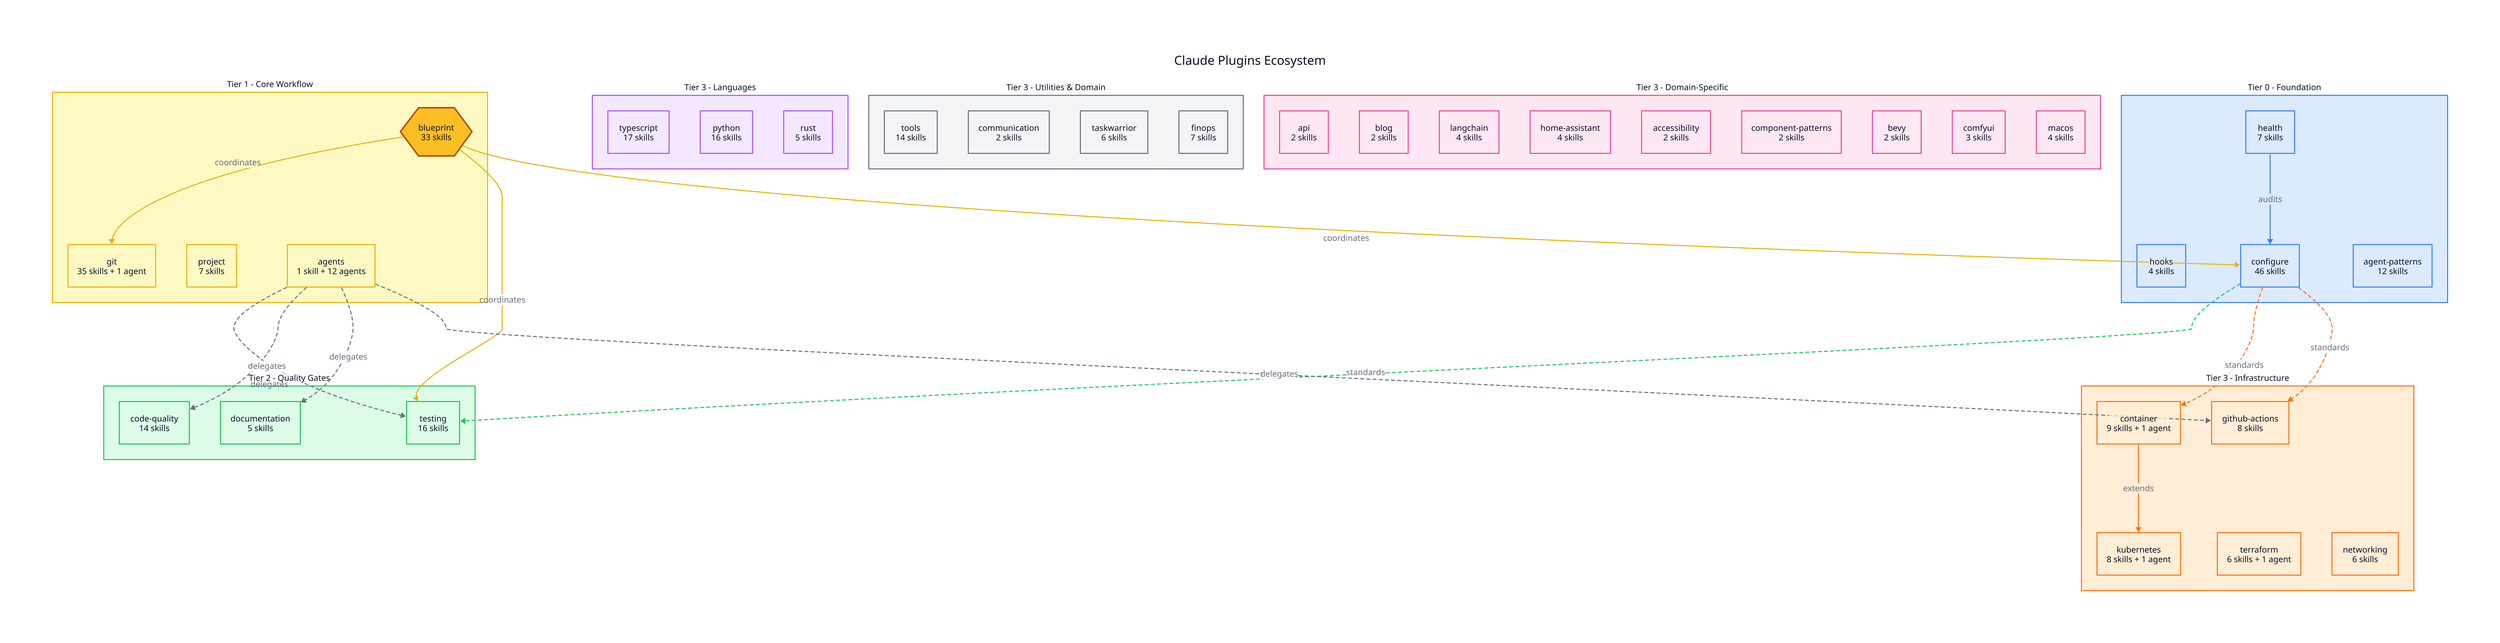
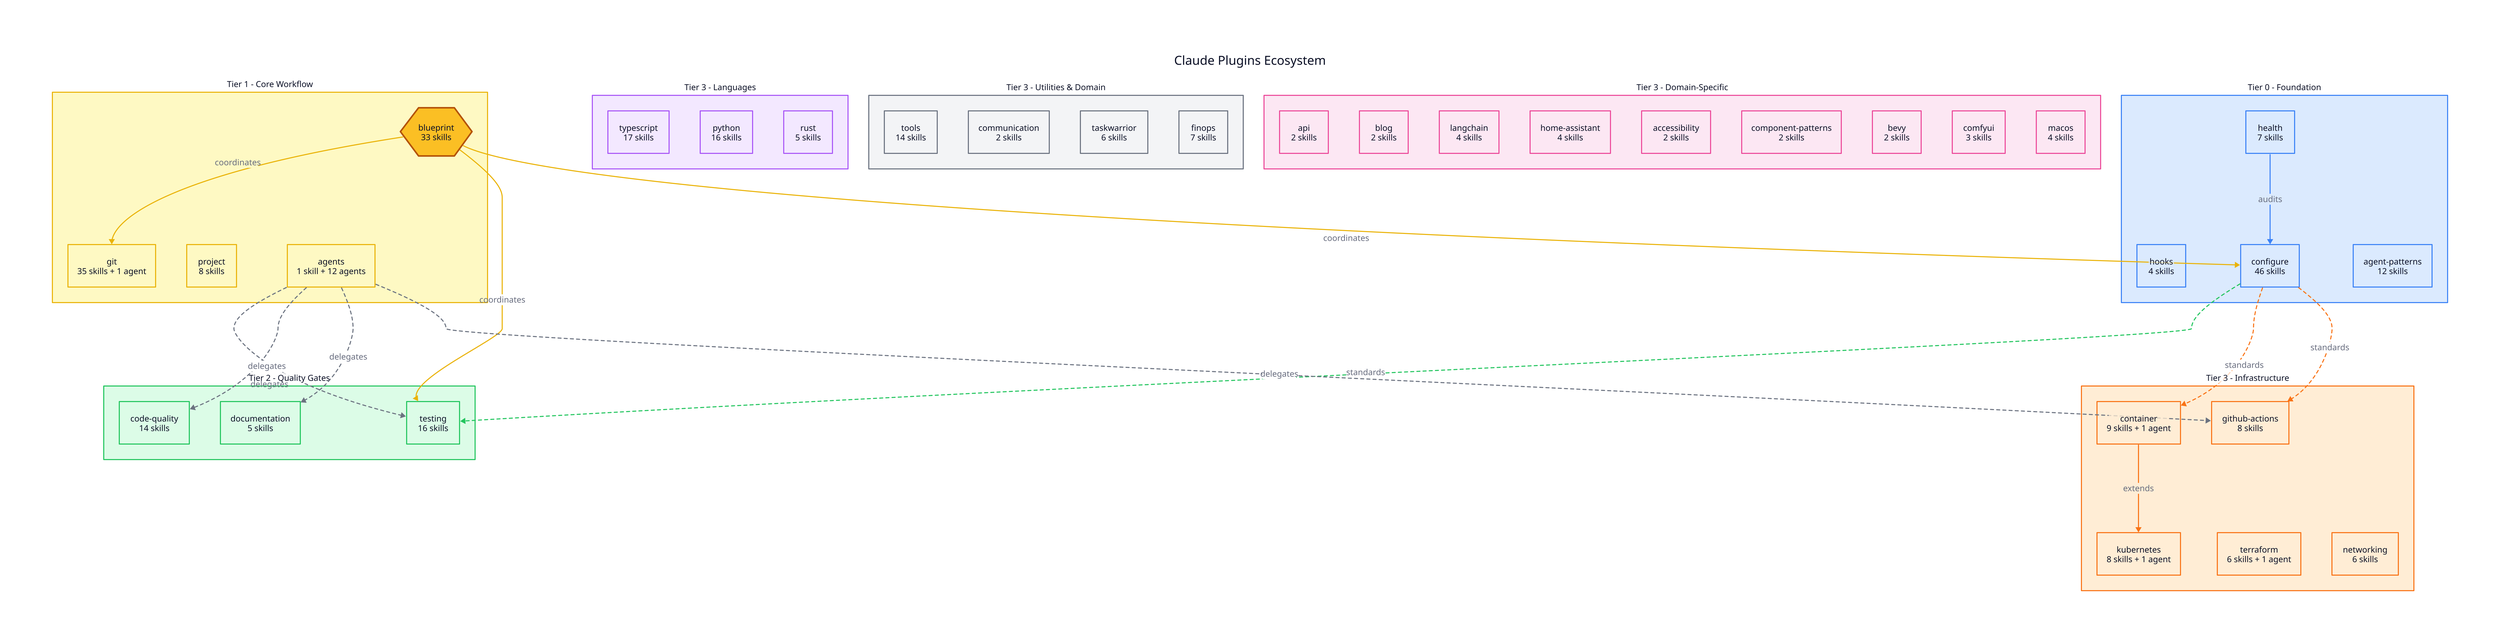
direction: down

title: "Claude Plugins Ecosystem" {
  near: top-center
  shape: text
  style: {
    font-size: 24
    bold: true
  }
}

# === CLASSES ===
classes: {
  foundation: {
    style.fill: "#dbeafe"
    style.stroke: "#3b82f6"
  }
  core: {
    style.fill: "#fef9c3"
    style.stroke: "#eab308"
  }
  quality: {
    style.fill: "#dcfce7"
    style.stroke: "#22c55e"
  }
  language: {
    style.fill: "#f3e8ff"
    style.stroke: "#a855f7"
  }
  infra: {
    style.fill: "#ffedd5"
    style.stroke: "#f97316"
  }
  utility: {
    style.fill: "#f3f4f6"
    style.stroke: "#6b7280"
  }
  domain: {
    style.fill: "#fce7f3"
    style.stroke: "#ec4899"
  }
}

# === TIER 0: FOUNDATION ===
foundation: {
  label: "Tier 0 - Foundation"
  class: foundation
  style.font-size: 16
  style.bold: true

  health: {
    label: "health\n7 skills"
    shape: rectangle
    class: foundation
  }
  hooks: {
    label: "hooks\n4 skills"
    shape: rectangle
    class: foundation
  }
  configure: {
    label: "configure\n46 skills"
    shape: rectangle
    class: foundation
  }
  agent-patterns: {
    label: "agent-patterns\n12 skills"
    shape: rectangle
    class: foundation
  }
}

# === TIER 1: CORE WORKFLOW ===
core: {
  label: "Tier 1 - Core Workflow"
  class: core
  style.font-size: 16
  style.bold: true

  blueprint: {
    label: "blueprint\n33 skills"
    shape: hexagon
    style.fill: "#fbbf24"
    style.stroke: "#b45309"
    style.stroke-width: 3
  }
  git: {
    label: "git\n35 skills + 1 agent"
    shape: rectangle
    class: core
  }
  project: {
-     label: "project\n7 skills"
+     label: "project\n8 skills"
    shape: rectangle
    class: core
  }
  agents: {
    label: "agents\n1 skill + 12 agents"
    shape: rectangle
    class: core
  }
}

# === TIER 2: QUALITY GATES ===
quality: {
  label: "Tier 2 - Quality Gates"
  class: quality
  style.font-size: 16
  style.bold: true

  testing: {
    label: "testing\n16 skills"
    shape: rectangle
    class: quality
  }
  code-quality: {
    label: "code-quality\n14 skills"
    shape: rectangle
    class: quality
  }
  documentation: {
    label: "documentation\n5 skills"
    shape: rectangle
    class: quality
  }
}

# === TIER 3: LANGUAGE ===
language: {
  label: "Tier 3 - Languages"
  class: language
  style.font-size: 16
  style.bold: true

  typescript: {
    label: "typescript\n17 skills"
    shape: rectangle
    class: language
  }
  python: {
    label: "python\n16 skills"
    shape: rectangle
    class: language
  }
  rust: {
    label: "rust\n5 skills"
    shape: rectangle
    class: language
  }
}

# === TIER 3: INFRASTRUCTURE ===
infra: {
  label: "Tier 3 - Infrastructure"
  class: infra
  style.font-size: 16
  style.bold: true

  container: {
    label: "container\n9 skills + 1 agent"
    shape: rectangle
    class: infra
  }
  kubernetes: {
    label: "kubernetes\n8 skills + 1 agent"
    shape: rectangle
    class: infra
  }
  terraform: {
    label: "terraform\n6 skills + 1 agent"
    shape: rectangle
    class: infra
  }
  github-actions: {
    label: "github-actions\n8 skills"
    shape: rectangle
    class: infra
  }
  networking: {
    label: "networking\n6 skills"
    shape: rectangle
    class: infra
  }
}

# === TIER 3: UTILITIES & DOMAIN ===
utilities: {
  label: "Tier 3 - Utilities & Domain"
  class: utility
  style.font-size: 16
  style.bold: true

  tools: {
    label: "tools\n14 skills"
    shape: rectangle
    class: utility
  }
  communication: {
    label: "communication\n2 skills"
    shape: rectangle
    class: utility
  }
  taskwarrior: {
    label: "taskwarrior\n6 skills"
    shape: rectangle
    class: utility
  }
  finops: {
    label: "finops\n7 skills"
    shape: rectangle
    class: utility
  }
}

domain: {
  label: "Tier 3 - Domain-Specific"
  class: domain
  style.font-size: 16
  style.bold: true

  api: {
    label: "api\n2 skills"
    shape: rectangle
    class: domain
  }
  blog: {
    label: "blog\n2 skills"
    shape: rectangle
    class: domain
  }
  langchain: {
    label: "langchain\n4 skills"
    shape: rectangle
    class: domain
  }
  home-assistant: {
    label: "home-assistant\n4 skills"
    shape: rectangle
    class: domain
  }
  accessibility: {
    label: "accessibility\n2 skills"
    shape: rectangle
    class: domain
  }
  component-patterns: {
    label: "component-patterns\n2 skills"
    shape: rectangle
    class: domain
  }
  bevy: {
    label: "bevy\n2 skills"
    shape: rectangle
    class: domain
  }
  comfyui: {
    label: "comfyui\n3 skills"
    shape: rectangle
    class: domain
  }
  macos: {
    label: "macos\n4 skills"
    shape: rectangle
    class: domain
  }
}

# === RELATIONSHIPS ===

# Foundation flows
foundation.health -> foundation.configure: "audits" {
  style.stroke: "#3b82f6"
}

# Configure provides standards for
foundation.configure -> quality.testing: "standards" {
  style.stroke: "#22c55e"
  style.stroke-dash: 3
}
foundation.configure -> infra.container: "standards" {
  style.stroke: "#f97316"
  style.stroke-dash: 3
}
foundation.configure -> infra.github-actions: "standards" {
  style.stroke: "#f97316"
  style.stroke-dash: 3
}

# Blueprint coordinates
core.blueprint -> core.git: "coordinates" {
  style.stroke: "#eab308"
}
core.blueprint -> quality.testing: "coordinates" {
  style.stroke: "#eab308"
}
core.blueprint -> foundation.configure: "coordinates" {
  style.stroke: "#eab308"
}

# Agents delegate to
core.agents -> quality.testing: "delegates" {
  style.stroke: "#6b7280"
  style.stroke-dash: 3
}
core.agents -> quality.code-quality: "delegates" {
  style.stroke: "#6b7280"
  style.stroke-dash: 3
}
core.agents -> quality.documentation: "delegates" {
  style.stroke: "#6b7280"
  style.stroke-dash: 3
}
core.agents -> infra.github-actions: "delegates" {
  style.stroke: "#6b7280"
  style.stroke-dash: 3
}

# Infrastructure extends
infra.container -> infra.kubernetes: "extends" {
  style.stroke: "#f97316"
}
